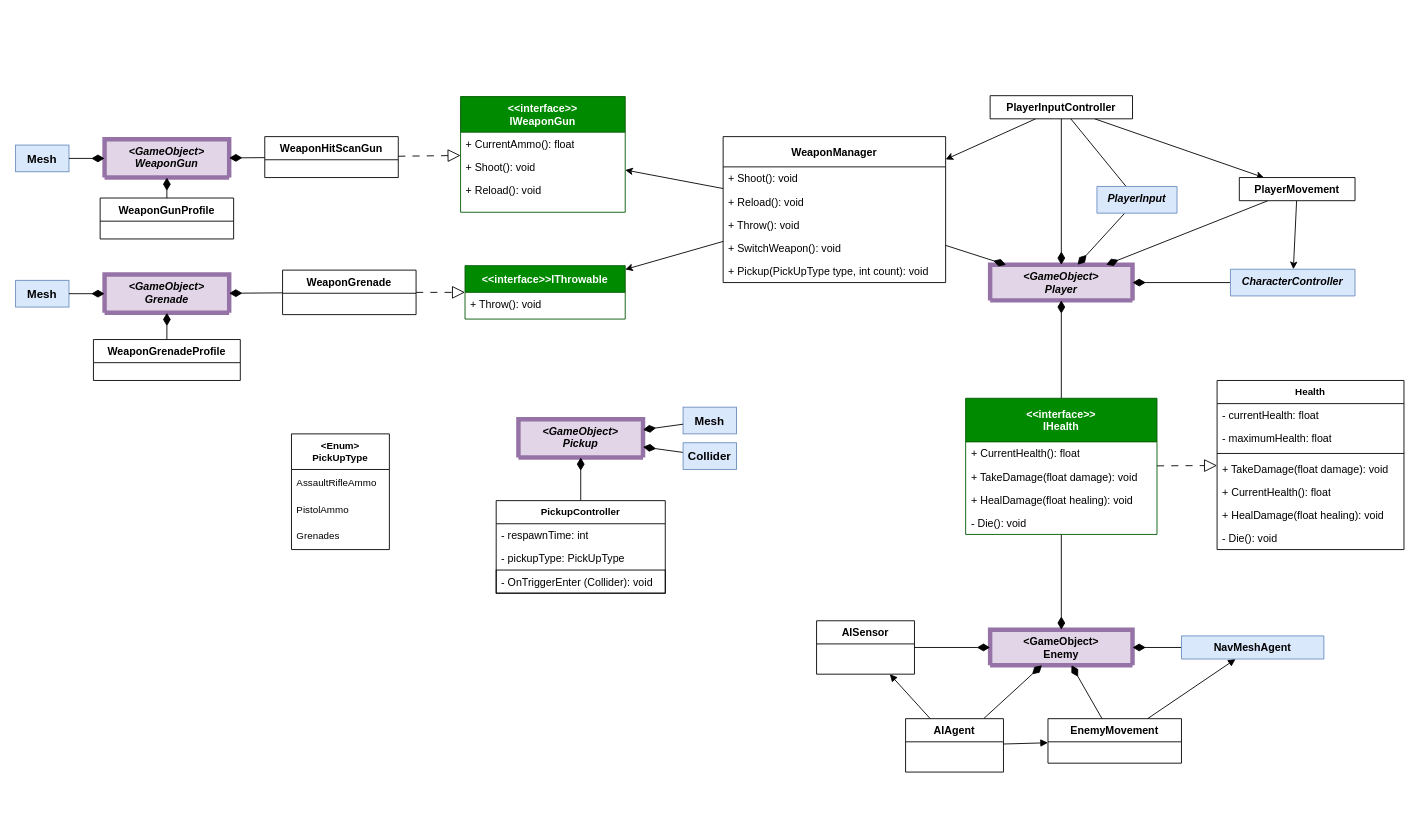
Earlier version of the draw.io diagram Entities.drawio (dana-jadzia/SGD213_Task-2-Wiki). Source tidied: cells renumbered, new cells numbered last; positions are measured from the earlier drawing's top-left corner, leaving out a move shared by most shapes. Both pictures are drawn from the tidied source at 89%, with x=0, y=0 at pixel (15, 95).
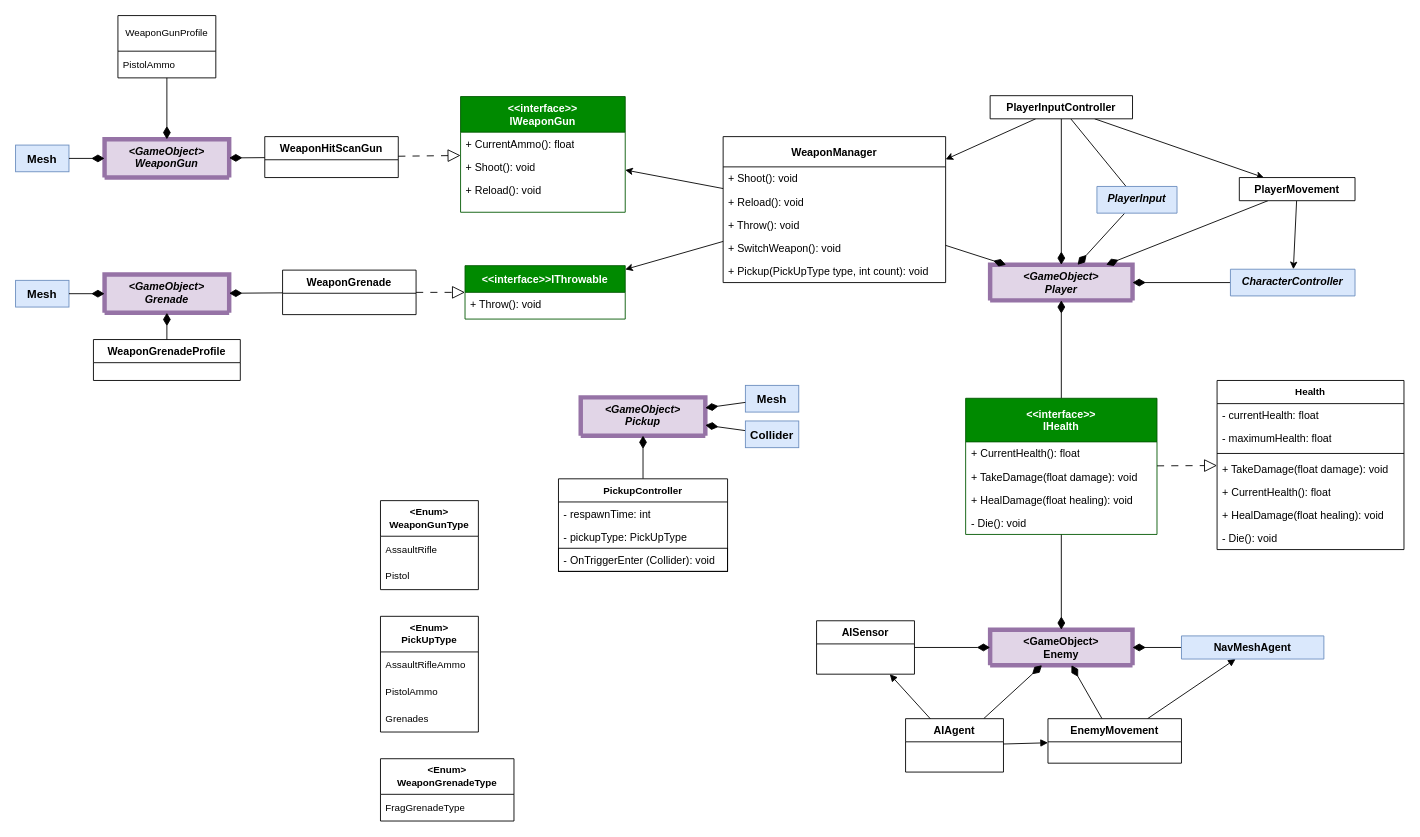
Above is the later version.

What changed in the source:
```diff
@@
     <mxCell id="53" value="&lt;GameObject&gt;&#10;Pickup" style="swimlane;fontStyle=3;align=center;verticalAlign=top;horizontal=1;startSize=43;rounded=0;shadow=0;strokeWidth=5;fillColor=#e1d5e7;strokeColor=#9673a6;" parent="1" vertex="1" collapsed="1">
-      <mxGeometry x="565" y="363.5" width="140" height="43" as="geometry" />
+      <mxGeometry x="635" y="339" width="140" height="43" as="geometry" />
     </mxCell>
@@
     <mxCell id="55" value="&lt;span&gt;Mesh&lt;/span&gt;" style="html=1;whiteSpace=wrap;fontFamily=Helvetica;fontSize=13;labelBackgroundColor=none;fillColor=#dae8fc;strokeColor=#6c8ebf;fontStyle=1;" parent="1" vertex="1">
-      <mxGeometry x="750" y="350" width="60" height="30" as="geometry" />
+      <mxGeometry x="820" y="325.5" width="60" height="30" as="geometry" />
     </mxCell>
@@
     <mxCell id="57" value="Collider" style="html=1;whiteSpace=wrap;fontFamily=Helvetica;fontSize=13;labelBackgroundColor=none;fillColor=#dae8fc;strokeColor=#6c8ebf;fontStyle=1;" parent="1" vertex="1">
-      <mxGeometry x="750" y="390" width="60" height="30" as="geometry" />
+      <mxGeometry x="820" y="365.5" width="60" height="30" as="geometry" />
     </mxCell>
@@
     <mxCell id="59" value="PickupController" style="swimlane;fontStyle=1;align=center;verticalAlign=top;horizontal=1;startSize=26;whiteSpace=wrap;html=1;fontFamily=Helvetica;fontSize=11;fontColor=default;labelBackgroundColor=default;strokeColor=default;" parent="1" vertex="1">
-      <mxGeometry x="540" y="455" width="190" height="104" as="geometry" />
+      <mxGeometry x="610" y="430.5" width="190" height="104" as="geometry" />
     </mxCell>
@@
     <mxCell id="63" value="&lt;div&gt;&lt;b&gt;&amp;lt;Enum&amp;gt;&lt;/b&gt;&lt;/div&gt;&lt;div&gt;&lt;b&gt;PickUpType&lt;/b&gt;&lt;/div&gt;" style="swimlane;fontStyle=0;horizontal=1;startSize=40;whiteSpace=wrap;html=1;fontFamily=Helvetica;fontSize=11;fontColor=default;labelBackgroundColor=default;" parent="1" vertex="1">
-      <mxGeometry x="310" y="380" width="110" height="130" as="geometry" />
+      <mxGeometry x="410" y="585" width="110" height="130" as="geometry" />
     </mxCell>
@@
-    <mxCell id="82" value="WeaponGunProfile" style="swimlane;fontStyle=1;align=center;verticalAlign=top;horizontal=1;startSize=26;rounded=0;shadow=0;strokeWidth=1;" parent="1" vertex="1">
-      <mxGeometry x="95" y="115" width="150" height="46" as="geometry" />
-    </mxCell>
@@
+    <mxCell id="88" value="&lt;div&gt;&lt;b&gt;&amp;lt;Enum&amp;gt;&lt;/b&gt;&lt;/div&gt;&lt;div&gt;&lt;b&gt;WeaponGunType&lt;/b&gt;&lt;/div&gt;" style="swimlane;fontStyle=0;horizontal=1;startSize=40;whiteSpace=wrap;html=1;fontFamily=Helvetica;fontSize=11;fontColor=default;labelBackgroundColor=default;" parent="1" vertex="1">
+      <mxGeometry x="410" y="455" width="110" height="100" as="geometry" />
+    </mxCell>
+    <mxCell id="89" value="AssaultRifle" style="text;strokeColor=none;fillColor=none;align=left;verticalAlign=middle;spacingLeft=4;spacingRight=4;overflow=hidden;whiteSpace=wrap;html=1;fontFamily=Helvetica;fontSize=11;fontColor=default;labelBackgroundColor=default;" parent="88" vertex="1">
+      <mxGeometry y="40" width="110" height="30" as="geometry" />
+    </mxCell>
+    <mxCell id="90" value="Pistol" style="text;strokeColor=none;fillColor=none;align=left;verticalAlign=middle;spacingLeft=4;spacingRight=4;overflow=hidden;whiteSpace=wrap;html=1;fontFamily=Helvetica;fontSize=11;fontColor=default;labelBackgroundColor=default;" parent="88" vertex="1">
+      <mxGeometry y="70" width="110" height="30" as="geometry" />
+    </mxCell>
+    <mxCell id="91" value="&lt;div&gt;&lt;b&gt;&amp;lt;Enum&amp;gt;&lt;/b&gt;&lt;/div&gt;&lt;div&gt;&lt;b&gt;WeaponGrenadeType&lt;/b&gt;&lt;/div&gt;" style="swimlane;fontStyle=0;horizontal=1;startSize=40;whiteSpace=wrap;html=1;fontFamily=Helvetica;fontSize=11;fontColor=default;labelBackgroundColor=default;" parent="1" vertex="1">
+      <mxGeometry x="410" y="745" width="150" height="70" as="geometry" />
+    </mxCell>
+    <mxCell id="92" value="FragGrenadeType" style="text;strokeColor=none;fillColor=none;align=left;verticalAlign=middle;spacingLeft=4;spacingRight=4;overflow=hidden;whiteSpace=wrap;html=1;fontFamily=Helvetica;fontSize=11;fontColor=default;labelBackgroundColor=default;" parent="91" vertex="1">
+      <mxGeometry y="40" width="150" height="30" as="geometry" />
+    </mxCell>
+    <mxCell id="82" value="WeaponGunProfile" style="swimlane;fontStyle=0;horizontal=1;startSize=40;whiteSpace=wrap;html=1;fontFamily=Helvetica;fontSize=11;fontColor=default;labelBackgroundColor=default;" parent="1" vertex="1">
+      <mxGeometry x="115" y="-90" width="110" height="70" as="geometry" />
+    </mxCell>
+    <mxCell id="93" value="PistolAmmo" style="text;strokeColor=none;fillColor=none;align=left;verticalAlign=middle;spacingLeft=4;spacingRight=4;overflow=hidden;whiteSpace=wrap;html=1;fontFamily=Helvetica;fontSize=11;fontColor=default;labelBackgroundColor=default;" parent="82" vertex="1">
+      <mxGeometry y="40" width="110" height="30" as="geometry" />
+    </mxCell>
```
